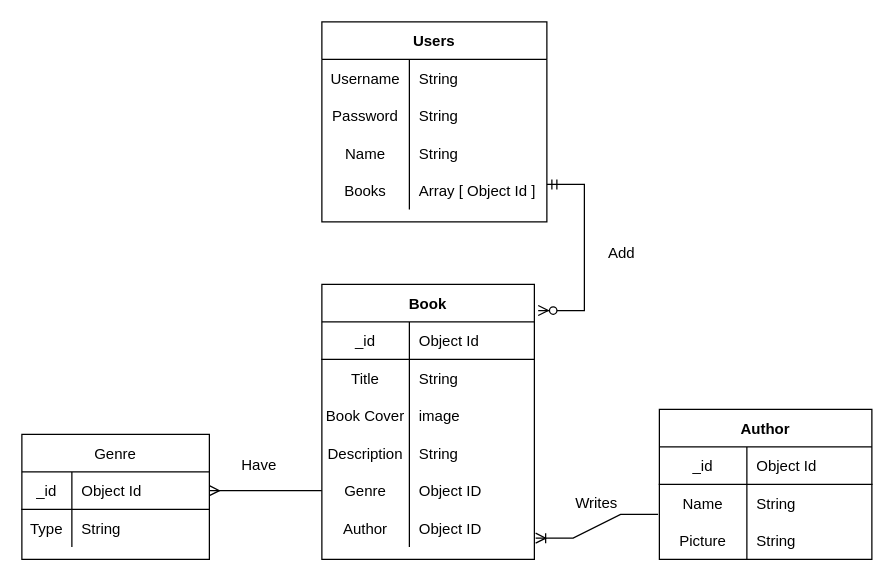
Before: assets/The_Library_Of_Me_ERD.drawio in pierocaceres/The_Library_Of_Me, a draw.io diagram. Source tidied: cells renumbered, new cells numbered last; positions are measured from the earlier drawing's top-left corner, leaving out a move shared by most shapes. Both pictures are drawn from the tidied source at 125%, with x=0, y=0 at pixel (21, 21).
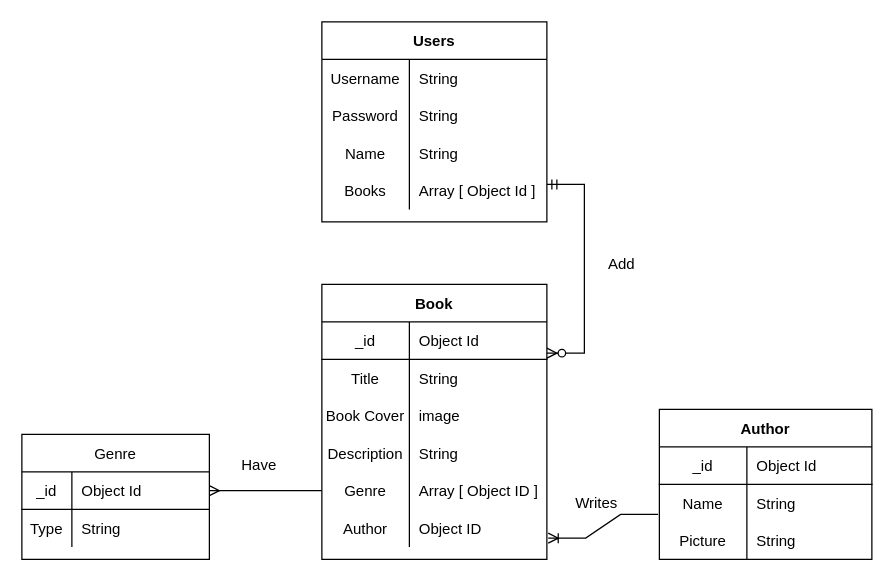
The same page after the edit.

Commit message:
Made genre an array in Books

What changed in the source:
```diff
@@
     <mxCell id="2" value="Book" style="shape=table;startSize=30;childLayout=tableLayout;rowLines=0;fontStyle=1;align=center;" parent="1" vertex="1">
-      <mxGeometry x="240" y="210" width="170" height="220" as="geometry" />
+      <mxGeometry x="240" y="210" width="180" height="220" as="geometry" />
     </mxCell>
     <mxCell id="3" style="shape=partialRectangle;fillColor=none;top=0;left=0;right=0;bottom=1;fontStyle=5;" parent="2" vertex="1">
-      <mxGeometry y="30" width="170" height="30" as="geometry" />
+      <mxGeometry y="30" width="180" height="30" as="geometry" />
     </mxCell>
@@
     <mxCell id="5" value="Object Id" style="shape=partialRectangle;overflow=hidden;fillColor=none;top=0;left=0;bottom=0;right=0;align=left;spacingLeft=6;fontStyle=0;" parent="3" vertex="1">
-      <mxGeometry x="70" width="100" height="30" as="geometry" />
+      <mxGeometry x="70" width="110" height="30" as="geometry" />
     </mxCell>
     <mxCell id="6" style="shape=partialRectangle;fillColor=none;top=0;left=0;right=0;bottom=0;" parent="2" vertex="1">
-      <mxGeometry y="60" width="170" height="30" as="geometry" />
+      <mxGeometry y="60" width="180" height="30" as="geometry" />
     </mxCell>
@@
     <mxCell id="8" value="String" style="shape=partialRectangle;overflow=hidden;fillColor=none;top=0;left=0;bottom=0;right=0;align=left;spacingLeft=6;" parent="6" vertex="1">
-      <mxGeometry x="70" width="100" height="30" as="geometry" />
+      <mxGeometry x="70" width="110" height="30" as="geometry" />
     </mxCell>
     <mxCell id="9" style="shape=partialRectangle;fillColor=none;top=0;left=0;right=0;bottom=0;" parent="2" vertex="1">
-      <mxGeometry y="90" width="170" height="30" as="geometry" />
+      <mxGeometry y="90" width="180" height="30" as="geometry" />
     </mxCell>
@@
     <mxCell id="11" value="image " style="shape=partialRectangle;overflow=hidden;fillColor=none;top=0;left=0;bottom=0;right=0;align=left;spacingLeft=6;" parent="9" vertex="1">
-      <mxGeometry x="70" width="100" height="30" as="geometry" />
+      <mxGeometry x="70" width="110" height="30" as="geometry" />
     </mxCell>
     <mxCell id="12" style="shape=partialRectangle;fillColor=none;top=0;left=0;right=0;bottom=0;" parent="2" vertex="1">
-      <mxGeometry y="120" width="170" height="30" as="geometry" />
+      <mxGeometry y="120" width="180" height="30" as="geometry" />
     </mxCell>
@@
     <mxCell id="14" value="String" style="shape=partialRectangle;overflow=hidden;fillColor=none;top=0;left=0;bottom=0;right=0;align=left;spacingLeft=6;" parent="12" vertex="1">
-      <mxGeometry x="70" width="100" height="30" as="geometry" />
+      <mxGeometry x="70" width="110" height="30" as="geometry" />
     </mxCell>
     <mxCell id="15" style="shape=partialRectangle;fillColor=none;points=[[0,0.5],[1,0.5]];portConstraint=eastwest;top=0;left=0;right=0;bottom=0;" parent="2" vertex="1">
-      <mxGeometry y="150" width="170" height="30" as="geometry" />
+      <mxGeometry y="150" width="180" height="30" as="geometry" />
     </mxCell>
@@
-    <mxCell id="17" value="Object ID" style="shape=partialRectangle;overflow=hidden;fillColor=none;top=0;left=0;bottom=0;right=0;align=left;spacingLeft=6;" parent="15" vertex="1">
-      <mxGeometry x="70" width="100" height="30" as="geometry" />
+    <mxCell id="17" value="Array [ Object ID ]" style="shape=partialRectangle;overflow=hidden;fillColor=none;top=0;left=0;bottom=0;right=0;align=left;spacingLeft=6;" parent="15" vertex="1">
+      <mxGeometry x="70" width="110" height="30" as="geometry" />
     </mxCell>
     <mxCell id="18" style="shape=partialRectangle;fillColor=none;points=[[0,0.5],[1,0.5]];portConstraint=eastwest;top=0;left=0;right=0;bottom=0;" parent="2" vertex="1">
-      <mxGeometry y="180" width="170" height="30" as="geometry" />
+      <mxGeometry y="180" width="180" height="30" as="geometry" />
     </mxCell>
@@
     <mxCell id="20" value="Object ID" style="shape=partialRectangle;overflow=hidden;fillColor=none;top=0;left=0;bottom=0;right=0;align=left;spacingLeft=6;" parent="18" vertex="1">
-      <mxGeometry x="70" width="100" height="30" as="geometry" />
+      <mxGeometry x="70" width="110" height="30" as="geometry" />
     </mxCell>
@@
-    <mxCell id="52" style="edgeStyle=entityRelationEdgeStyle;fontSize=12;html=1;endArrow=ERzeroToMany;startArrow=ERmandOne;rounded=0;elbow=vertical;entryX=1.018;entryY=0.095;entryDx=0;entryDy=0;entryPerimeter=0;" parent="1" edge="1" target="2">
+    <mxCell id="52" style="edgeStyle=entityRelationEdgeStyle;fontSize=12;html=1;endArrow=ERzeroToMany;startArrow=ERmandOne;rounded=0;elbow=vertical;entryX=1;entryY=0.25;entryDx=0;entryDy=0;" parent="1" edge="1" target="2">
       <mxGeometry relative="1" as="geometry">
         <mxPoint x="420" y="130" as="sourcePoint" />
       </mxGeometry>
     </mxCell>
@@
     <mxCell id="56" value="Add" style="text;html=1;strokeColor=none;fillColor=none;align=center;verticalAlign=middle;whiteSpace=wrap;rounded=0;" parent="1" vertex="1">
-      <mxGeometry x="450" y="170" width="60" height="30" as="geometry" />
+      <mxGeometry x="450" y="179" width="60" height="30" as="geometry" />
     </mxCell>
```
